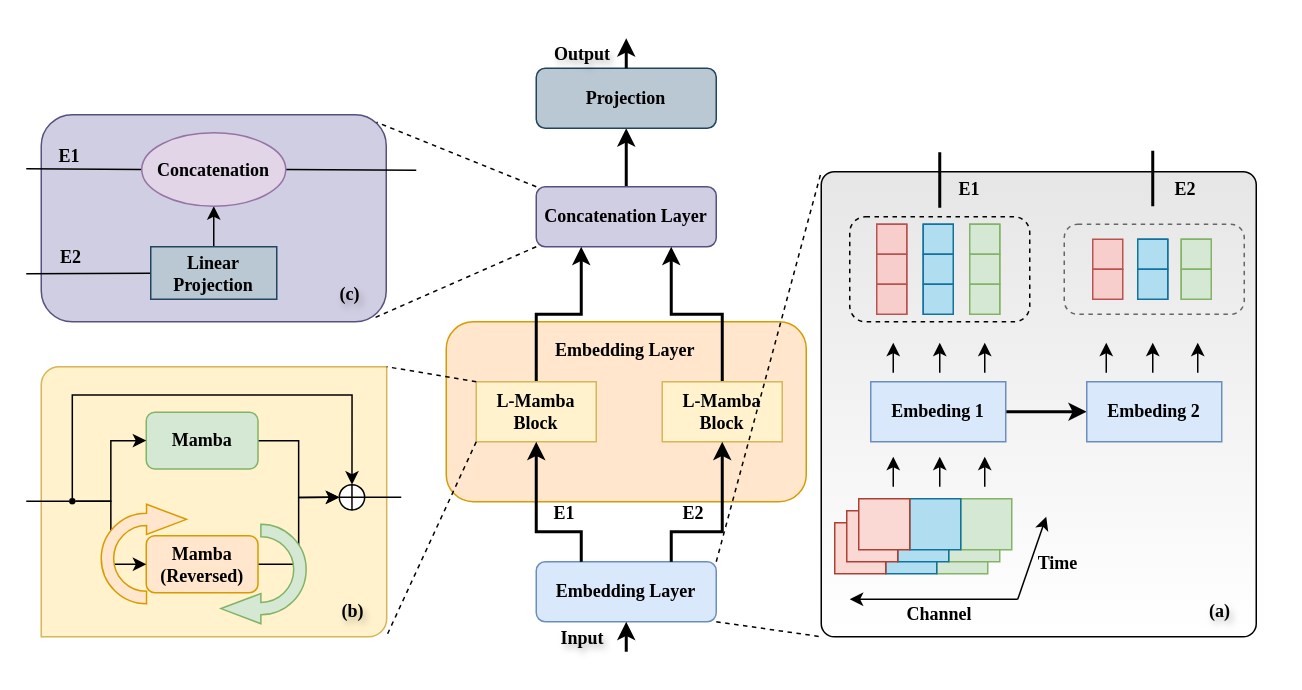
Above: page "L-Mamba" (6 of 7) of pics/my_model.drawio in nanxi666/TimeMachine (draw.io), before the change. Source tidied: cells renumbered, new cells numbered last; positions are measured from the earlier drawing's top-left corner, leaving out a move shared by most shapes. Both pictures are drawn from the tidied source at 150%, with x=0, y=0 at pixel (26, 38).
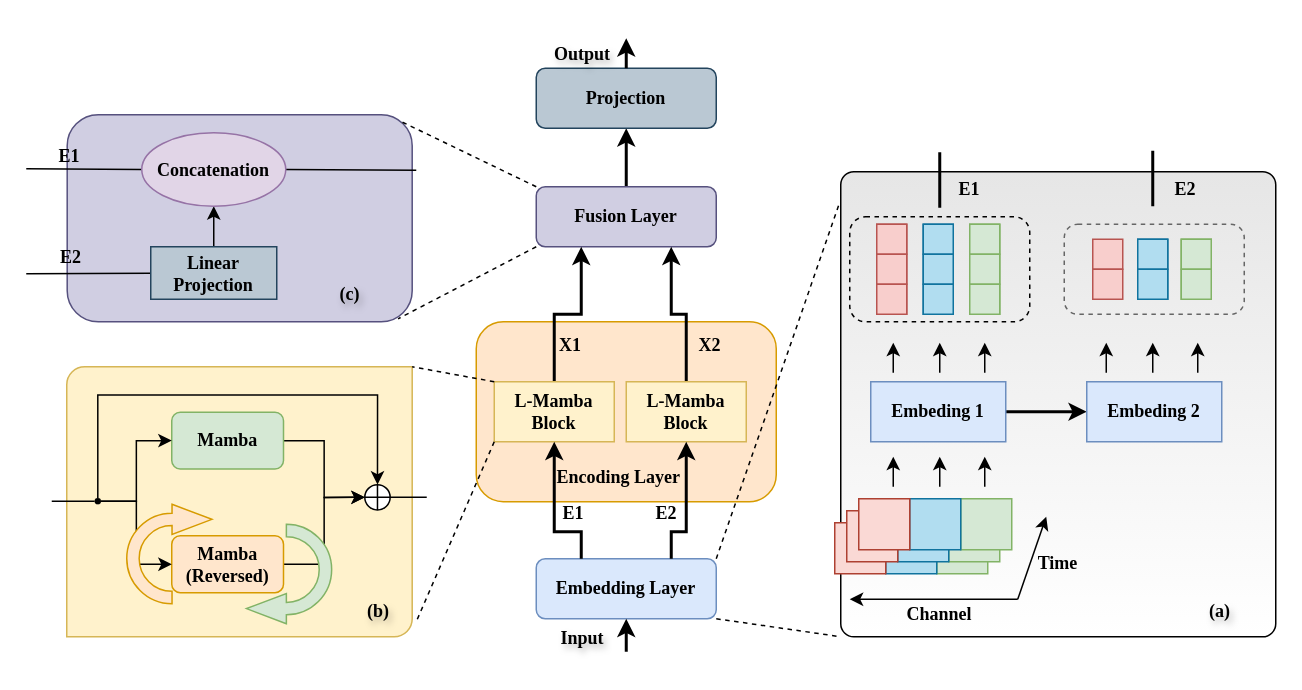
The same page after the edit.

Unchanged cells that the change refers to:
```xml
<mxCell id="2" style="group;fontFamily=Times New Roman;fontStyle=1;" parent="1" vertex="1">
  <mxGeometry width="820" height="409" as="geometry" />
</mxCell>
```

Change to the diagram source:
```diff
@@
     <mxCell id="4" value="Embedding Layer" style="rounded=1;whiteSpace=wrap;html=1;fillColor=#dae8fc;strokeColor=#6c8ebf;fontFamily=Times New Roman;fontStyle=1;" parent="2" vertex="1">
-      <mxGeometry x="340" y="349" width="120" height="40" as="geometry" />
+      <mxGeometry x="340" y="347" width="120" height="40" as="geometry" />
     </mxCell>
     <mxCell id="5" style="rounded=1;whiteSpace=wrap;html=1;fillColor=#ffe6cc;strokeColor=#d79b00;fontFamily=Times New Roman;fontStyle=1;" parent="2" vertex="1">
-      <mxGeometry x="280" y="189" width="240" height="120" as="geometry" />
+      <mxGeometry x="300" y="189" width="200" height="120" as="geometry" />
     </mxCell>
@@
-    <mxCell id="8" value="Concatenation Layer" style="rounded=1;whiteSpace=wrap;html=1;fillColor=#d0cee2;strokeColor=#56517e;fontFamily=Times New Roman;fontStyle=1;" parent="2" vertex="1">
+    <mxCell id="8" value="Fusion&lt;span style=&quot;background-color: transparent; color: light-dark(rgb(0, 0, 0), rgb(255, 255, 255));&quot;&gt;&amp;nbsp;Layer&lt;/span&gt;" style="rounded=1;whiteSpace=wrap;html=1;fillColor=#d0cee2;strokeColor=#56517e;fontFamily=Times New Roman;fontStyle=1;" parent="2" vertex="1">
       <mxGeometry x="340" y="99" width="120" height="40" as="geometry" />
     </mxCell>
@@
     <mxCell id="11" value="L-Mamba Block" style="rounded=0;whiteSpace=wrap;html=1;fillColor=#fff2cc;strokeColor=#d6b656;fontFamily=Times New Roman;fontStyle=1;" parent="2" vertex="1">
-      <mxGeometry x="300" y="229" width="80" height="40" as="geometry" />
+      <mxGeometry x="312" y="229" width="80" height="40" as="geometry" />
     </mxCell>
@@
     <mxCell id="13" value="L-Mamba Block" style="rounded=0;whiteSpace=wrap;html=1;fillColor=#fff2cc;strokeColor=#d6b656;fontFamily=Times New Roman;fontStyle=1;" parent="2" vertex="1">
-      <mxGeometry x="424" y="229" width="80" height="40" as="geometry" />
+      <mxGeometry x="400" y="229" width="80" height="40" as="geometry" />
     </mxCell>
     <mxCell id="14" style="edgeStyle=orthogonalEdgeStyle;rounded=0;jettySize=auto;html=1;exitX=0.25;exitY=0;exitDx=0;exitDy=0;entryX=0.5;entryY=1;entryDx=0;entryDy=0;curved=0;strokeWidth=2;fontFamily=Times New Roman;fontStyle=1;" parent="2" edge="1" source="4" target="11">
       <mxGeometry relative="1" as="geometry">
         <Array as="points">
           <mxPoint x="370" y="329" />
-          <mxPoint x="340" y="329" />
+          <mxPoint x="352" y="329" />
         </Array>
       </mxGeometry>
     </mxCell>
     <mxCell id="15" style="edgeStyle=orthogonalEdgeStyle;rounded=0;jettySize=auto;html=1;exitX=0.75;exitY=0;exitDx=0;exitDy=0;entryX=0.5;entryY=1;entryDx=0;entryDy=0;strokeWidth=2;fontFamily=Times New Roman;fontStyle=1;" parent="2" edge="1" source="4" target="13">
       <mxGeometry relative="1" as="geometry">
         <Array as="points">
           <mxPoint x="430" y="329" />
-          <mxPoint x="464" y="329" />
+          <mxPoint x="440" y="329" />
         </Array>
       </mxGeometry>
     </mxCell>
     <mxCell id="16" style="rounded=1;whiteSpace=wrap;html=1;arcSize=3;gradientColor=#FFFFFF;fillColor=#E6E6E6;fontFamily=Times New Roman;fontStyle=1;" parent="2" vertex="1">
-      <mxGeometry x="530" y="89" width="290" height="310" as="geometry" />
+      <mxGeometry x="543" y="89" width="290" height="310" as="geometry" />
     </mxCell>
-    <mxCell id="17" style="rounded=0;jettySize=auto;html=1;exitX=1;exitY=0;exitDx=0;exitDy=0;entryX=0;entryY=0;entryDx=0;entryDy=0;dashed=1;endArrow=none;startFill=0;fontFamily=Times New Roman;fontStyle=1;" parent="2" edge="1" source="4" target="16">
+    <mxCell id="17" style="rounded=0;jettySize=auto;html=1;exitX=1;exitY=0;exitDx=0;exitDy=0;entryX=-0.005;entryY=0.073;entryDx=0;entryDy=0;dashed=1;endArrow=none;startFill=0;fontFamily=Times New Roman;fontStyle=1;entryPerimeter=0;" parent="2" edge="1" source="4" target="16">
       <mxGeometry relative="1" as="geometry" />
     </mxCell>
@@
     <mxCell id="66" style="rounded=0;jettySize=auto;html=1;exitX=0;exitY=1;exitDx=0;exitDy=0;dashed=1;endArrow=none;startFill=0;fontFamily=Times New Roman;fontStyle=1;" parent="2" edge="1" source="11">
       <mxGeometry relative="1" as="geometry">
-        <mxPoint x="240" y="399" as="targetPoint" />
+        <mxPoint x="260" y="389" as="targetPoint" />
       </mxGeometry>
     </mxCell>
     <mxCell id="67" style="group;fontFamily=Times New Roman;fontStyle=1;" parent="2" vertex="1">
-      <mxGeometry x="10" y="219" width="230.3" height="180" as="geometry" />
+      <mxGeometry x="27" y="219" width="230.3" height="180" as="geometry" />
     </mxCell>
@@
     <mxCell id="88" style="rounded=1;whiteSpace=wrap;html=1;fillColor=#d0cee2;strokeColor=#56517e;fontFamily=Times New Roman;fontStyle=1;" parent="2" vertex="1">
-      <mxGeometry x="10" y="51" width="230" height="138" as="geometry" />
+      <mxGeometry x="27.3" y="51" width="230" height="138" as="geometry" />
     </mxCell>
@@
     <mxCell id="96" value="E1" style="text;html=1;align=center;verticalAlign=middle;whiteSpace=wrap;rounded=0;fontFamily=Times New Roman;fontStyle=1;" parent="2" vertex="1">
-      <mxGeometry x="340" y="307" width="38" height="20" as="geometry" />
+      <mxGeometry x="346" y="307" width="38" height="20" as="geometry" />
     </mxCell>
     <mxCell id="97" value="E2" style="text;html=1;align=center;verticalAlign=middle;whiteSpace=wrap;rounded=0;fontFamily=Times New Roman;fontStyle=1;" parent="2" vertex="1">
-      <mxGeometry x="426" y="307" width="38" height="20" as="geometry" />
+      <mxGeometry x="408" y="307" width="38" height="20" as="geometry" />
     </mxCell>
@@
-    <mxCell id="106" value="Embedding Layer" style="text;whiteSpace=wrap;fontFamily=Times New Roman;fontStyle=1;" parent="2" vertex="1">
-      <mxGeometry x="351" y="194" width="99" height="21" as="geometry" />
+    <mxCell id="106" value="Encoding Layer" style="text;whiteSpace=wrap;fontFamily=Times New Roman;fontStyle=1;" parent="2" vertex="1">
+      <mxGeometry x="352" y="279" width="89.5" height="21" as="geometry" />
     </mxCell>
+    <mxCell id="107" value="X1" style="text;html=1;align=center;verticalAlign=middle;whiteSpace=wrap;rounded=0;fontFamily=Times New Roman;fontStyle=1;" parent="2" vertex="1">
+      <mxGeometry x="344" y="194.5" width="38" height="20" as="geometry" />
+    </mxCell>
+    <mxCell id="108" value="X2" style="text;html=1;align=center;verticalAlign=middle;whiteSpace=wrap;rounded=0;fontFamily=Times New Roman;fontStyle=1;" parent="1" vertex="1">
+      <mxGeometry x="437" y="194.5" width="38" height="20" as="geometry" />
+    </mxCell>
```
